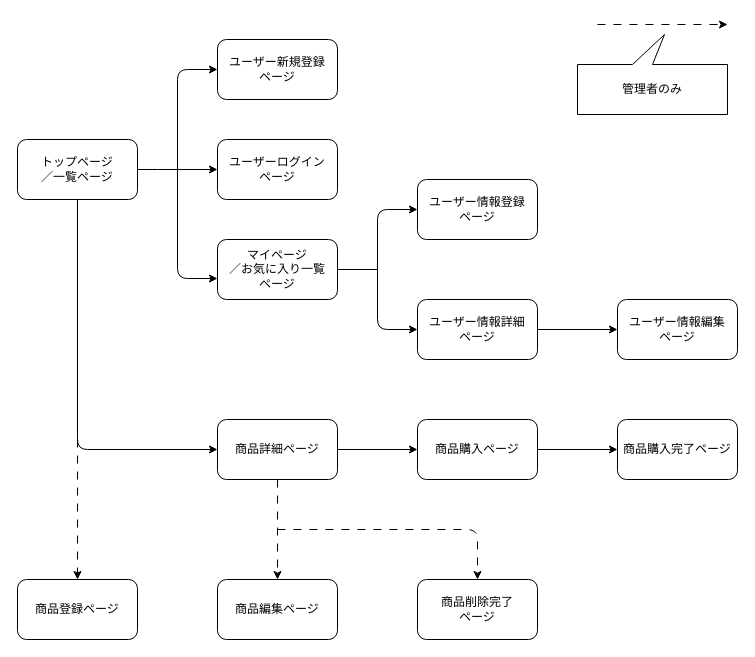
Earlier version of the draw.io diagram page "画面遷移図" (2 of 2) of ER.dio (tdoaftl/millesimato). Source tidied: cells renumbered, new cells numbered last; positions are measured from the earlier drawing's top-left corner, leaving out a move shared by most shapes. Both pictures are drawn from the tidied source at 100%, with x=0, y=0 at pixel (17, 24).
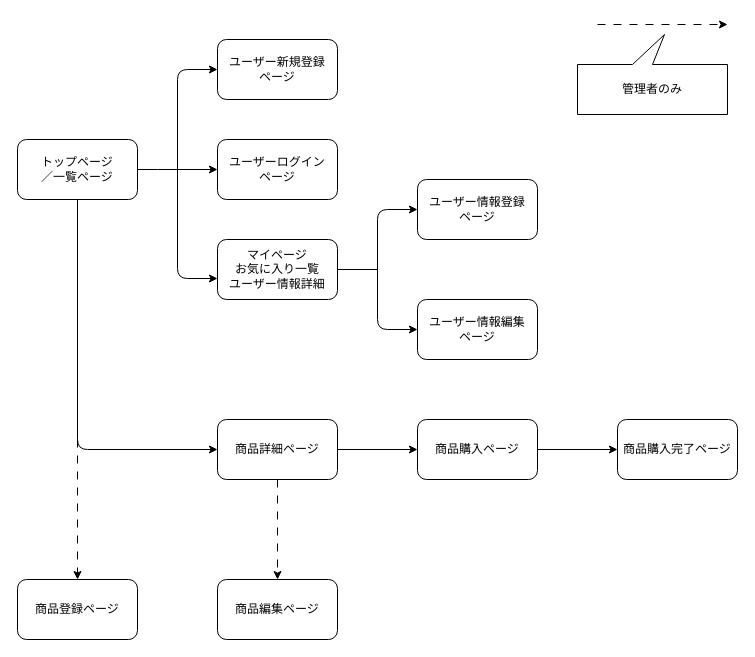
Above is the later version.

Change to the diagram source:
```diff
@@
-    <mxCell id="14" value="マイページ&lt;br&gt;／お気に入り一覧&lt;br&gt;ページ" style="rounded=1;whiteSpace=wrap;html=1;" parent="1" vertex="1">
+    <mxCell id="14" value="マイページ&lt;br&gt;お気に入り一覧&lt;br&gt;ユーザー情報詳細" style="rounded=1;whiteSpace=wrap;html=1;" parent="1" vertex="1">
       <mxGeometry x="200" y="215" width="120" height="60" as="geometry" />
     </mxCell>
@@
-    <mxCell id="17" style="edgeStyle=none;html=1;entryX=0.5;entryY=0;entryDx=0;entryDy=0;dashed=1;dashPattern=8 8;endArrow=classic;endFill=1;" parent="1" edge="1" target="29">
-      <mxGeometry relative="1" as="geometry">
-        <mxPoint x="260" y="505" as="sourcePoint" />
-        <Array as="points">
-          <mxPoint x="460" y="505" />
-        </Array>
-      </mxGeometry>
-    </mxCell>
@@
-    <mxCell id="20" style="edgeStyle=none;html=1;exitX=1;exitY=0.5;exitDx=0;exitDy=0;entryX=0;entryY=0.5;entryDx=0;entryDy=0;endArrow=classic;endFill=1;" parent="1" edge="1" source="21" target="22">
-      <mxGeometry relative="1" as="geometry" />
-    </mxCell>
-    <mxCell id="21" value="ユーザー情報詳細&lt;br&gt;ページ" style="rounded=1;whiteSpace=wrap;html=1;" parent="1" vertex="1">
+    <mxCell id="21" value="ユーザー情報編集&lt;br&gt;ページ" style="rounded=1;whiteSpace=wrap;html=1;" parent="1" vertex="1">
       <mxGeometry x="400" y="275" width="120" height="60" as="geometry" />
     </mxCell>
-    <mxCell id="22" value="ユーザー情報編集&lt;br&gt;ページ" style="rounded=1;whiteSpace=wrap;html=1;" parent="1" vertex="1">
-      <mxGeometry x="600" y="275" width="120" height="60" as="geometry" />
-    </mxCell>
@@
-    <mxCell id="29" value="商品削除完了&lt;br&gt;ページ" style="rounded=1;whiteSpace=wrap;html=1;" parent="1" vertex="1">
-      <mxGeometry x="400" y="555" width="120" height="60" as="geometry" />
-    </mxCell>
```
